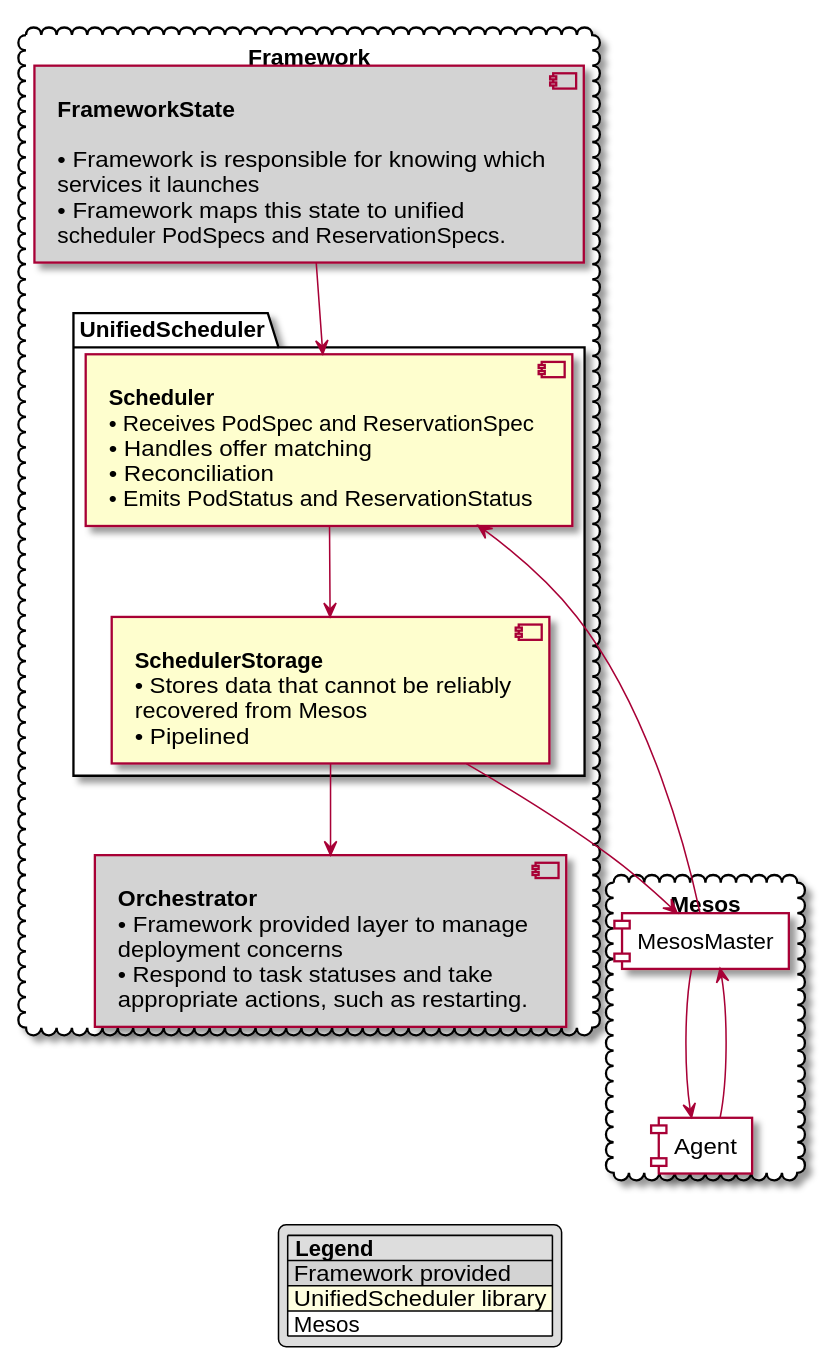
Above: docs/design/high-level-design.svg in mesosphere/usi (PlantUML), before the change.
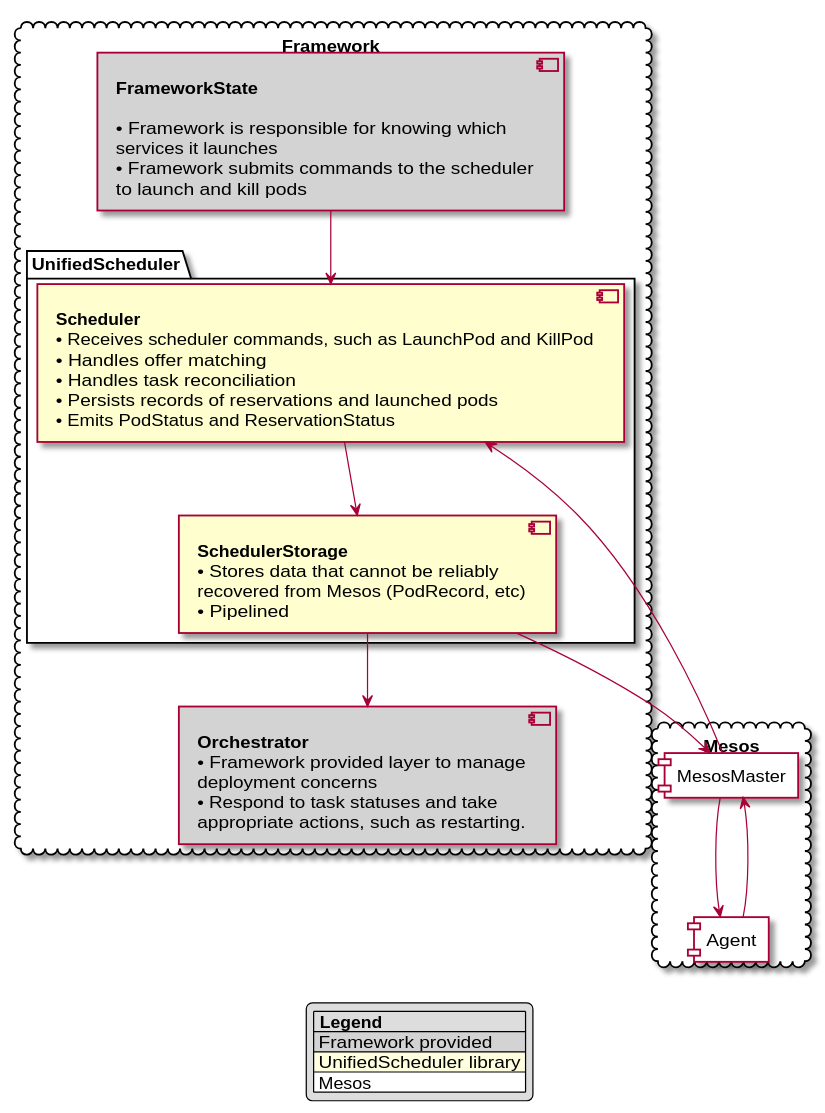
After the change.

Diff of the diagram source:
```diff
@@ -14,23 +14,24 @@
 
     • Framework is responsible for knowing which
       services it launches
-    • Framework maps this state to unified
-      scheduler PodSpecs and ReservationSpecs.
+    • Framework submits commands to the scheduler
+      to launch and kill pods
   ]
 
   package UnifiedScheduler {
     component Scheduler [
       <b>Scheduler</b>
-      • Receives PodSpec and ReservationSpec
+      • Receives scheduler commands, such as LaunchPod and KillPod
       • Handles offer matching
-      • Reconciliation
+      • Handles task reconciliation
+      • Persists records of reservations and launched pods
       • Emits PodStatus and ReservationStatus
     ]
 
     component SchedulerStorage [
-      **SchedulerStorage**
+      <b>SchedulerStorage</b>
       • Stores data that cannot be reliably
-        recovered from Mesos
+        recovered from Mesos (PodRecord, etc)
       • Pipelined
     ]
 
```
